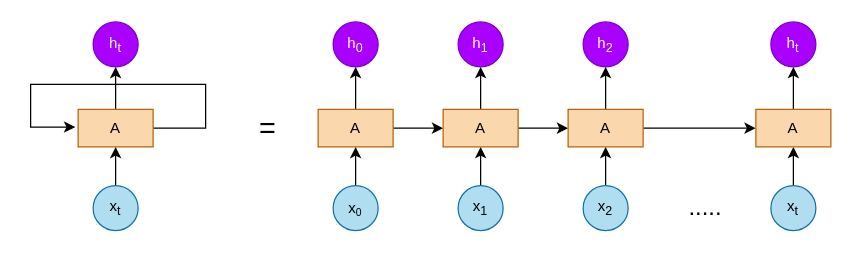
Before: rnn.drawio in ByronGe/ff, a draw.io diagram. Source tidied: cells renumbered, new cells numbered last; positions are measured from the earlier drawing's top-left corner, leaving out a move shared by most shapes. Both pictures are drawn from the tidied source at 125%, with x=0, y=0 at pixel (30, 21).
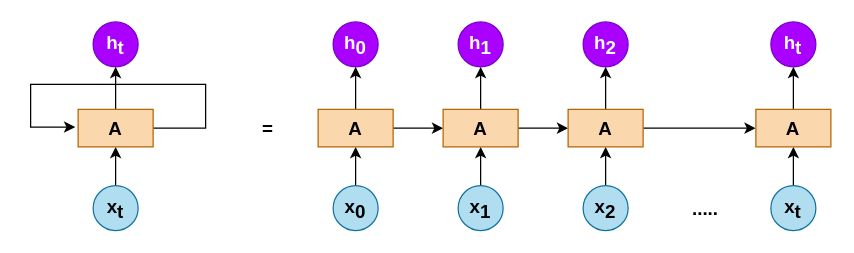
Above is the later version.

Change to the diagram source:
```diff
@@
-    <mxCell id="2" style="edgeStyle=orthogonalEdgeStyle;rounded=0;jettySize=auto;html=1;entryX=0.5;entryY=1;entryDx=0;entryDy=0;" parent="1" edge="1" source="3" target="7">
+    <mxCell id="2" style="edgeStyle=orthogonalEdgeStyle;rounded=0;jettySize=auto;html=1;entryX=0.5;entryY=1;entryDx=0;entryDy=0;fontSize=15;fontStyle=1;" parent="1" edge="1" source="3" target="7">
       <mxGeometry relative="1" as="geometry" />
     </mxCell>
-    <mxCell id="3" value="x&lt;sub&gt;t&lt;/sub&gt;" style="ellipse;whiteSpace=wrap;html=1;fillColor=#b1ddf0;strokeColor=#10739e;" parent="1" vertex="1">
+    <mxCell id="3" value="x&lt;sub style=&quot;font-size: 15px;&quot;&gt;t&lt;/sub&gt;" style="ellipse;whiteSpace=wrap;html=1;fillColor=#b1ddf0;strokeColor=#10739e;fontSize=15;fontStyle=1;" parent="1" vertex="1">
       <mxGeometry x="50" y="131" width="36" height="36" as="geometry" />
     </mxCell>
-    <mxCell id="4" value="h&lt;sub&gt;t&lt;/sub&gt;" style="ellipse;whiteSpace=wrap;html=1;fillColor=#aa00ff;strokeColor=#7700CC;fontColor=#ffffff;" parent="1" vertex="1">
+    <mxCell id="4" value="h&lt;sub style=&quot;font-size: 15px;&quot;&gt;t&lt;/sub&gt;" style="ellipse;whiteSpace=wrap;html=1;fillColor=#aa00ff;strokeColor=#7700CC;fontColor=#ffffff;fontSize=15;fontStyle=1;" parent="1" vertex="1">
       <mxGeometry x="50" width="36" height="36" as="geometry" />
     </mxCell>
-    <mxCell id="5" style="edgeStyle=orthogonalEdgeStyle;rounded=0;jettySize=auto;html=1;entryX=0.5;entryY=1;entryDx=0;entryDy=0;" parent="1" edge="1" source="7" target="4">
+    <mxCell id="5" style="edgeStyle=orthogonalEdgeStyle;rounded=0;jettySize=auto;html=1;entryX=0.5;entryY=1;entryDx=0;entryDy=0;fontSize=15;fontStyle=1;" parent="1" edge="1" source="7" target="4">
       <mxGeometry relative="1" as="geometry" />
     </mxCell>
-    <mxCell id="6" style="edgeStyle=orthogonalEdgeStyle;rounded=0;orthogonalLoop=1;jettySize=auto;html=1;entryX=-0.039;entryY=0.472;entryDx=0;entryDy=0;entryPerimeter=0;" parent="1" edge="1" source="7" target="7">
+    <mxCell id="6" style="edgeStyle=orthogonalEdgeStyle;rounded=0;orthogonalLoop=1;jettySize=auto;html=1;entryX=-0.039;entryY=0.472;entryDx=0;entryDy=0;entryPerimeter=0;fontSize=15;fontStyle=1;" parent="1" edge="1" source="7" target="7">
       <mxGeometry relative="1" as="geometry">
         <Array as="points">
           <mxPoint x="140" y="85" />
           <mxPoint x="140" y="50" />
           <mxPoint y="50" />
           <mxPoint y="84" />
         </Array>
       </mxGeometry>
     </mxCell>
-    <mxCell id="7" value="A" style="rounded=0;whiteSpace=wrap;html=1;fillColor=#fad7ac;strokeColor=#b46504;" parent="1" vertex="1">
+    <mxCell id="7" value="A" style="rounded=0;whiteSpace=wrap;html=1;fillColor=#fad7ac;strokeColor=#b46504;fontSize=15;fontStyle=1;" parent="1" vertex="1">
       <mxGeometry x="38" y="70" width="60" height="30" as="geometry" />
     </mxCell>
-    <mxCell id="8" style="edgeStyle=orthogonalEdgeStyle;rounded=0;jettySize=auto;html=1;entryX=0.5;entryY=1;entryDx=0;entryDy=0;" parent="1" edge="1" source="9" target="13">
+    <mxCell id="8" style="edgeStyle=orthogonalEdgeStyle;rounded=0;jettySize=auto;html=1;entryX=0.5;entryY=1;entryDx=0;entryDy=0;fontSize=15;fontStyle=1;" parent="1" edge="1" source="9" target="13">
       <mxGeometry relative="1" as="geometry" />
     </mxCell>
-    <mxCell id="9" value="x&lt;span style=&quot;font-size: 10px&quot;&gt;&lt;sub&gt;0&lt;/sub&gt;&lt;/span&gt;" style="ellipse;whiteSpace=wrap;html=1;fillColor=#b1ddf0;strokeColor=#10739e;" parent="1" vertex="1">
+    <mxCell id="9" value="x&lt;span style=&quot;font-size: 15px;&quot;&gt;&lt;sub style=&quot;font-size: 15px;&quot;&gt;0&lt;/sub&gt;&lt;/span&gt;" style="ellipse;whiteSpace=wrap;html=1;fillColor=#b1ddf0;strokeColor=#10739e;fontSize=15;fontStyle=1;" parent="1" vertex="1">
       <mxGeometry x="242" y="131" width="36" height="36" as="geometry" />
     </mxCell>
-    <mxCell id="10" value="h&lt;sub&gt;0&lt;/sub&gt;" style="ellipse;whiteSpace=wrap;html=1;fillColor=#aa00ff;strokeColor=#7700CC;fontColor=#ffffff;" parent="1" vertex="1">
+    <mxCell id="10" value="h&lt;sub style=&quot;font-size: 15px;&quot;&gt;0&lt;/sub&gt;" style="ellipse;whiteSpace=wrap;html=1;fillColor=#aa00ff;strokeColor=#7700CC;fontColor=#ffffff;fontSize=15;fontStyle=1;" parent="1" vertex="1">
       <mxGeometry x="242" width="36" height="36" as="geometry" />
     </mxCell>
-    <mxCell id="11" style="edgeStyle=orthogonalEdgeStyle;rounded=0;jettySize=auto;html=1;entryX=0.5;entryY=1;entryDx=0;entryDy=0;" parent="1" edge="1" source="13" target="10">
+    <mxCell id="11" style="edgeStyle=orthogonalEdgeStyle;rounded=0;jettySize=auto;html=1;entryX=0.5;entryY=1;entryDx=0;entryDy=0;fontSize=15;fontStyle=1;" parent="1" edge="1" source="13" target="10">
       <mxGeometry relative="1" as="geometry" />
     </mxCell>
-    <mxCell id="12" style="edgeStyle=orthogonalEdgeStyle;rounded=0;jettySize=auto;html=1;" parent="1" edge="1" source="13" target="19">
+    <mxCell id="12" style="edgeStyle=orthogonalEdgeStyle;rounded=0;jettySize=auto;html=1;fontSize=15;fontStyle=1;" parent="1" edge="1" source="13" target="19">
       <mxGeometry relative="1" as="geometry" />
     </mxCell>
-    <mxCell id="13" value="A" style="rounded=0;whiteSpace=wrap;html=1;fillColor=#fad7ac;strokeColor=#b46504;" parent="1" vertex="1">
+    <mxCell id="13" value="A" style="rounded=0;whiteSpace=wrap;html=1;fillColor=#fad7ac;strokeColor=#b46504;fontSize=15;fontStyle=1;" parent="1" vertex="1">
       <mxGeometry x="230" y="70" width="60" height="30" as="geometry" />
     </mxCell>
-    <mxCell id="14" style="edgeStyle=orthogonalEdgeStyle;rounded=0;jettySize=auto;html=1;entryX=0.5;entryY=1;entryDx=0;entryDy=0;" parent="1" edge="1" source="15" target="19">
+    <mxCell id="14" style="edgeStyle=orthogonalEdgeStyle;rounded=0;jettySize=auto;html=1;entryX=0.5;entryY=1;entryDx=0;entryDy=0;fontSize=15;fontStyle=1;" parent="1" edge="1" source="15" target="19">
       <mxGeometry relative="1" as="geometry" />
     </mxCell>
-    <mxCell id="15" value="x&lt;sub&gt;1&lt;/sub&gt;" style="ellipse;whiteSpace=wrap;html=1;fillColor=#b1ddf0;strokeColor=#10739e;" parent="1" vertex="1">
+    <mxCell id="15" value="x&lt;sub style=&quot;font-size: 15px;&quot;&gt;1&lt;/sub&gt;" style="ellipse;whiteSpace=wrap;html=1;fillColor=#b1ddf0;strokeColor=#10739e;fontSize=15;fontStyle=1;" parent="1" vertex="1">
       <mxGeometry x="342" y="131" width="36" height="36" as="geometry" />
     </mxCell>
-    <mxCell id="16" value="h&lt;sub&gt;1&lt;/sub&gt;" style="ellipse;whiteSpace=wrap;html=1;fillColor=#aa00ff;strokeColor=#7700CC;fontColor=#ffffff;" parent="1" vertex="1">
+    <mxCell id="16" value="h&lt;sub style=&quot;font-size: 15px;&quot;&gt;1&lt;/sub&gt;" style="ellipse;whiteSpace=wrap;html=1;fillColor=#aa00ff;strokeColor=#7700CC;fontColor=#ffffff;fontSize=15;fontStyle=1;" parent="1" vertex="1">
       <mxGeometry x="342" width="36" height="36" as="geometry" />
     </mxCell>
-    <mxCell id="17" style="edgeStyle=orthogonalEdgeStyle;rounded=0;jettySize=auto;html=1;entryX=0.5;entryY=1;entryDx=0;entryDy=0;" parent="1" edge="1" source="19" target="16">
+    <mxCell id="17" style="edgeStyle=orthogonalEdgeStyle;rounded=0;jettySize=auto;html=1;entryX=0.5;entryY=1;entryDx=0;entryDy=0;fontSize=15;fontStyle=1;" parent="1" edge="1" source="19" target="16">
       <mxGeometry relative="1" as="geometry" />
     </mxCell>
-    <mxCell id="18" style="edgeStyle=orthogonalEdgeStyle;rounded=0;jettySize=auto;html=1;" parent="1" edge="1" source="19" target="25">
+    <mxCell id="18" style="edgeStyle=orthogonalEdgeStyle;rounded=0;jettySize=auto;html=1;fontSize=15;fontStyle=1;" parent="1" edge="1" source="19" target="25">
       <mxGeometry relative="1" as="geometry" />
     </mxCell>
-    <mxCell id="19" value="A" style="rounded=0;whiteSpace=wrap;html=1;fillColor=#fad7ac;strokeColor=#b46504;" parent="1" vertex="1">
+    <mxCell id="19" value="A" style="rounded=0;whiteSpace=wrap;html=1;fillColor=#fad7ac;strokeColor=#b46504;fontSize=15;fontStyle=1;" parent="1" vertex="1">
       <mxGeometry x="330" y="70" width="60" height="30" as="geometry" />
     </mxCell>
-    <mxCell id="20" style="edgeStyle=orthogonalEdgeStyle;rounded=0;jettySize=auto;html=1;entryX=0.5;entryY=1;entryDx=0;entryDy=0;" parent="1" edge="1" source="21" target="25">
+    <mxCell id="20" style="edgeStyle=orthogonalEdgeStyle;rounded=0;jettySize=auto;html=1;entryX=0.5;entryY=1;entryDx=0;entryDy=0;fontSize=15;fontStyle=1;" parent="1" edge="1" source="21" target="25">
       <mxGeometry relative="1" as="geometry" />
     </mxCell>
-    <mxCell id="21" value="x&lt;sub&gt;2&lt;/sub&gt;" style="ellipse;whiteSpace=wrap;html=1;fillColor=#b1ddf0;strokeColor=#10739e;" parent="1" vertex="1">
+    <mxCell id="21" value="x&lt;sub style=&quot;font-size: 15px;&quot;&gt;2&lt;/sub&gt;" style="ellipse;whiteSpace=wrap;html=1;fillColor=#b1ddf0;strokeColor=#10739e;fontSize=15;fontStyle=1;" parent="1" vertex="1">
       <mxGeometry x="442" y="131" width="36" height="36" as="geometry" />
     </mxCell>
-    <mxCell id="22" value="h&lt;sub&gt;2&lt;/sub&gt;" style="ellipse;whiteSpace=wrap;html=1;fillColor=#aa00ff;strokeColor=#7700CC;fontColor=#ffffff;" parent="1" vertex="1">
+    <mxCell id="22" value="h&lt;sub style=&quot;font-size: 15px;&quot;&gt;2&lt;/sub&gt;" style="ellipse;whiteSpace=wrap;html=1;fillColor=#aa00ff;strokeColor=#7700CC;fontColor=#ffffff;fontSize=15;fontStyle=1;" parent="1" vertex="1">
       <mxGeometry x="442" width="36" height="36" as="geometry" />
     </mxCell>
-    <mxCell id="23" style="edgeStyle=orthogonalEdgeStyle;rounded=0;jettySize=auto;html=1;entryX=0.5;entryY=1;entryDx=0;entryDy=0;" parent="1" edge="1" source="25" target="22">
+    <mxCell id="23" style="edgeStyle=orthogonalEdgeStyle;rounded=0;jettySize=auto;html=1;entryX=0.5;entryY=1;entryDx=0;entryDy=0;fontSize=15;fontStyle=1;" parent="1" edge="1" source="25" target="22">
       <mxGeometry relative="1" as="geometry" />
     </mxCell>
-    <mxCell id="24" style="edgeStyle=orthogonalEdgeStyle;rounded=0;jettySize=auto;html=1;" parent="1" edge="1" source="25">
+    <mxCell id="24" style="edgeStyle=orthogonalEdgeStyle;rounded=0;jettySize=auto;html=1;fontSize=15;fontStyle=1;" parent="1" edge="1" source="25">
       <mxGeometry relative="1" as="geometry">
         <mxPoint x="580" y="85" as="targetPoint" />
       </mxGeometry>
     </mxCell>
-    <mxCell id="25" value="A" style="rounded=0;whiteSpace=wrap;html=1;fillColor=#fad7ac;strokeColor=#b46504;" parent="1" vertex="1">
+    <mxCell id="25" value="A" style="rounded=0;whiteSpace=wrap;html=1;fillColor=#fad7ac;strokeColor=#b46504;fontSize=15;fontStyle=1;" parent="1" vertex="1">
       <mxGeometry x="430" y="70" width="60" height="30" as="geometry" />
     </mxCell>
-    <mxCell id="26" style="edgeStyle=orthogonalEdgeStyle;rounded=0;jettySize=auto;html=1;entryX=0.5;entryY=1;entryDx=0;entryDy=0;" parent="1" edge="1" source="27" target="30">
+    <mxCell id="26" style="edgeStyle=orthogonalEdgeStyle;rounded=0;jettySize=auto;html=1;entryX=0.5;entryY=1;entryDx=0;entryDy=0;fontSize=15;fontStyle=1;" parent="1" edge="1" source="27" target="30">
       <mxGeometry relative="1" as="geometry" />
     </mxCell>
-    <mxCell id="27" value="x&lt;sub&gt;t&lt;/sub&gt;" style="ellipse;whiteSpace=wrap;html=1;fillColor=#b1ddf0;strokeColor=#10739e;" parent="1" vertex="1">
+    <mxCell id="27" value="x&lt;sub style=&quot;font-size: 15px;&quot;&gt;t&lt;/sub&gt;" style="ellipse;whiteSpace=wrap;html=1;fillColor=#b1ddf0;strokeColor=#10739e;fontSize=15;fontStyle=1;" parent="1" vertex="1">
       <mxGeometry x="592.2" y="131" width="36" height="36" as="geometry" />
     </mxCell>
-    <mxCell id="28" value="h&lt;sub&gt;t&lt;/sub&gt;" style="ellipse;whiteSpace=wrap;html=1;fillColor=#aa00ff;strokeColor=#7700CC;fontColor=#ffffff;" parent="1" vertex="1">
+    <mxCell id="28" value="h&lt;sub style=&quot;font-size: 15px;&quot;&gt;t&lt;/sub&gt;" style="ellipse;whiteSpace=wrap;html=1;fillColor=#aa00ff;strokeColor=#7700CC;fontColor=#ffffff;fontSize=15;fontStyle=1;" parent="1" vertex="1">
       <mxGeometry x="592.2" width="36" height="36" as="geometry" />
     </mxCell>
-    <mxCell id="29" style="edgeStyle=orthogonalEdgeStyle;rounded=0;jettySize=auto;html=1;entryX=0.5;entryY=1;entryDx=0;entryDy=0;" parent="1" edge="1" source="30" target="28">
+    <mxCell id="29" style="edgeStyle=orthogonalEdgeStyle;rounded=0;jettySize=auto;html=1;entryX=0.5;entryY=1;entryDx=0;entryDy=0;fontSize=15;fontStyle=1;" parent="1" edge="1" source="30" target="28">
       <mxGeometry relative="1" as="geometry" />
     </mxCell>
-    <mxCell id="30" value="A" style="rounded=0;whiteSpace=wrap;html=1;fillColor=#fad7ac;strokeColor=#b46504;" parent="1" vertex="1">
+    <mxCell id="30" value="A" style="rounded=0;whiteSpace=wrap;html=1;fillColor=#fad7ac;strokeColor=#b46504;fontSize=15;fontStyle=1;" parent="1" vertex="1">
       <mxGeometry x="580.2" y="70" width="60" height="30" as="geometry" />
     </mxCell>
-    <mxCell id="31" value="&lt;font style=&quot;font-size: 19px&quot;&gt;.....&lt;/font&gt;" style="text;html=1;strokeColor=none;fillColor=none;align=center;verticalAlign=middle;whiteSpace=wrap;rounded=0;" parent="1" vertex="1">
+    <mxCell id="31" value="&lt;font style=&quot;font-size: 15px;&quot;&gt;.....&lt;/font&gt;" style="text;html=1;strokeColor=none;fillColor=none;align=center;verticalAlign=middle;whiteSpace=wrap;rounded=0;fontSize=15;fontStyle=1;" parent="1" vertex="1">
       <mxGeometry x="520" y="139" width="40" height="20" as="geometry" />
     </mxCell>
-    <mxCell id="32" value="&lt;font style=&quot;font-size: 23px&quot;&gt;=&lt;/font&gt;" style="text;html=1;strokeColor=none;fillColor=none;align=center;verticalAlign=middle;whiteSpace=wrap;rounded=0;" parent="1" vertex="1">
+    <mxCell id="32" value="&lt;font style=&quot;font-size: 15px;&quot;&gt;=&lt;/font&gt;" style="text;html=1;strokeColor=none;fillColor=none;align=center;verticalAlign=middle;whiteSpace=wrap;rounded=0;fontSize=15;fontStyle=1;" parent="1" vertex="1">
       <mxGeometry x="170" y="75" width="40" height="20" as="geometry" />
     </mxCell>
```
